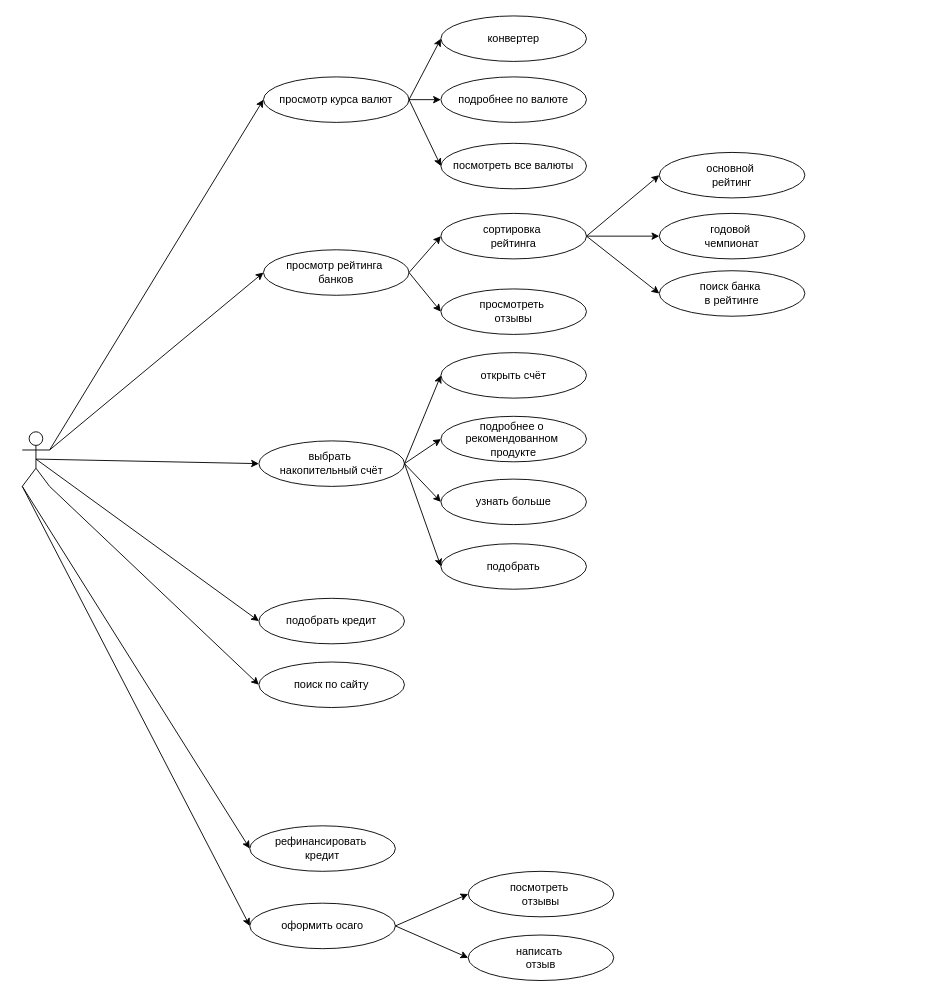
testpassword/Software-testing keeps this draw.io diagram as lab3-28.03.21/docs/usecases.dio. Above is the earlier version. Source tidied: cells renumbered, new cells numbered last; positions are measured from the earlier drawing's top-left corner, leaving out a move shared by most shapes. Both pictures are drawn from the tidied source at 91%, with x=0, y=0 at pixel (22, 15).
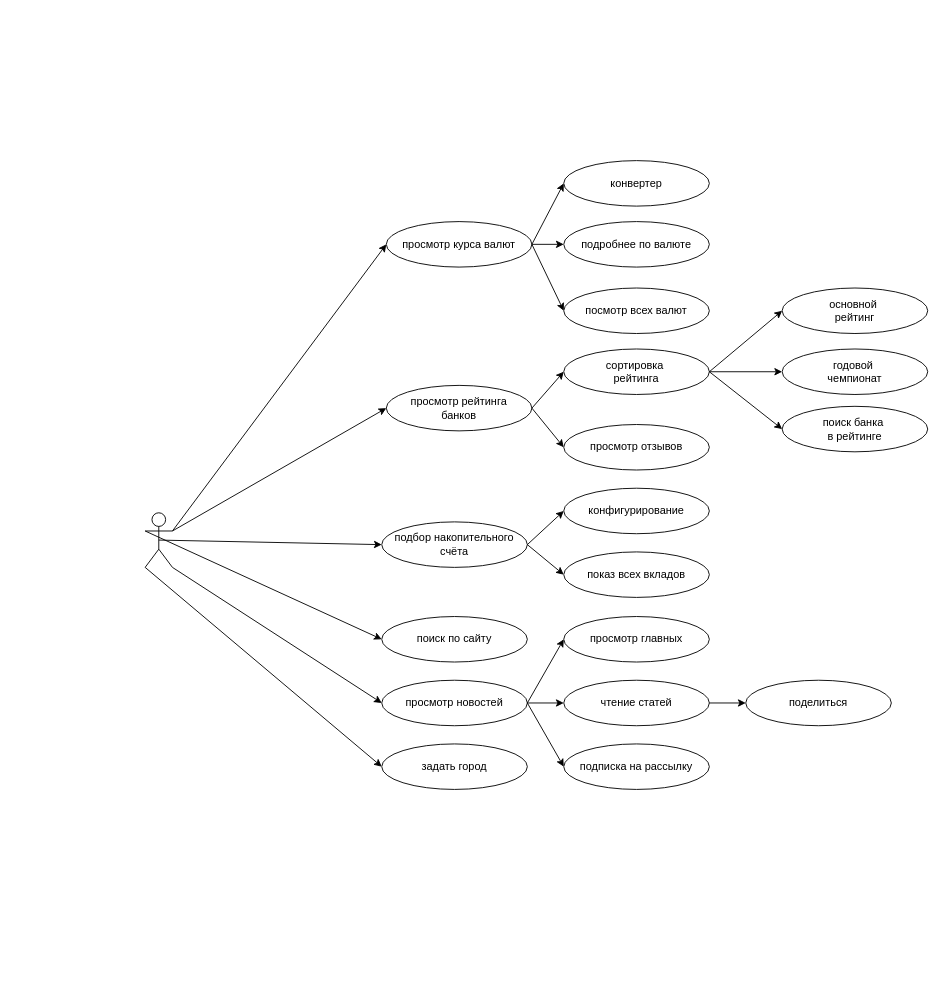
After the change.

Change to the diagram source:
```diff
@@
-    <mxCell id="2" value="подобрать кредит" style="ellipse;whiteSpace=wrap;html=1;" parent="1" vertex="1">
-      <mxGeometry x="260" y="640" width="160" height="50" as="geometry" />
-    </mxCell>
-    <mxCell id="3" value="рефинансировать&amp;nbsp;&lt;br&gt;кредит" style="ellipse;whiteSpace=wrap;html=1;" parent="1" vertex="1">
-      <mxGeometry x="250" y="890" width="160" height="50" as="geometry" />
+    <mxCell id="3" value="просмотр новостей" style="ellipse;whiteSpace=wrap;html=1;" parent="1" vertex="1">
+      <mxGeometry x="395" y="730" width="160" height="50" as="geometry" />
     </mxCell>
-    <mxCell id="4" value="оформить осаго" style="ellipse;whiteSpace=wrap;html=1;" parent="1" vertex="1">
-      <mxGeometry x="250" y="975" width="160" height="50" as="geometry" />
-    </mxCell>
-    <mxCell id="5" value="написать&amp;nbsp;&lt;br&gt;отзыв" style="ellipse;whiteSpace=wrap;html=1;" parent="1" vertex="1">
-      <mxGeometry x="490" y="1010" width="160" height="50" as="geometry" />
-    </mxCell>
-    <mxCell id="6" value="посмотреть&amp;nbsp;&lt;br&gt;отзывы" style="ellipse;whiteSpace=wrap;html=1;" parent="1" vertex="1">
-      <mxGeometry x="490" y="940" width="160" height="50" as="geometry" />
-    </mxCell>
-    <mxCell id="7" value="просмотр&amp;nbsp;рейтинга&amp;nbsp;&lt;br&gt;банков" style="ellipse;whiteSpace=wrap;html=1;" parent="1" vertex="1">
-      <mxGeometry x="265" y="257" width="160" height="50" as="geometry" />
+    <mxCell id="7" value="просмотр рейтинга &lt;br&gt;банков" style="ellipse;whiteSpace=wrap;html=1;" parent="1" vertex="1">
+      <mxGeometry x="400" y="406" width="160" height="50" as="geometry" />
     </mxCell>
-    <mxCell id="8" value="просмотреть&amp;nbsp;&lt;br&gt;отзывы" style="ellipse;whiteSpace=wrap;html=1;" parent="1" vertex="1">
-      <mxGeometry x="460" y="300" width="160" height="50" as="geometry" />
+    <mxCell id="8" value="просмотр&amp;nbsp;отзывов" style="ellipse;whiteSpace=wrap;html=1;" parent="1" vertex="1">
+      <mxGeometry x="595" y="449" width="160" height="50" as="geometry" />
     </mxCell>
     <mxCell id="9" value="сортировка&amp;nbsp;&lt;br&gt;рейтинга" style="ellipse;whiteSpace=wrap;html=1;" parent="1" vertex="1">
-      <mxGeometry x="460" y="217" width="160" height="50" as="geometry" />
+      <mxGeometry x="595" y="366" width="160" height="50" as="geometry" />
     </mxCell>
-    <mxCell id="10" value="выбрать&amp;nbsp;&lt;br&gt;накопительный счёт" style="ellipse;whiteSpace=wrap;html=1;" parent="1" vertex="1">
-      <mxGeometry x="260" y="467" width="160" height="50" as="geometry" />
+    <mxCell id="10" value="подбор накопительного счёта" style="ellipse;whiteSpace=wrap;html=1;" parent="1" vertex="1">
+      <mxGeometry x="395" y="556" width="160" height="50" as="geometry" />
     </mxCell>
-    <mxCell id="11" value="открыть счёт" style="ellipse;whiteSpace=wrap;html=1;" parent="1" vertex="1">
-      <mxGeometry x="460" y="370" width="160" height="50" as="geometry" />
+    <mxCell id="11" value="конфигурирование" style="ellipse;whiteSpace=wrap;html=1;" parent="1" vertex="1">
+      <mxGeometry x="595" y="519" width="160" height="50" as="geometry" />
     </mxCell>
-    <mxCell id="12" value="подробнее о&amp;nbsp;&lt;br&gt;рекомендованном&amp;nbsp;&lt;br&gt;продукте" style="ellipse;whiteSpace=wrap;html=1;" parent="1" vertex="1">
-      <mxGeometry x="460" y="440" width="160" height="50" as="geometry" />
+    <mxCell id="12" value="показ всех вкладов" style="ellipse;whiteSpace=wrap;html=1;" parent="1" vertex="1">
+      <mxGeometry x="595" y="589" width="160" height="50" as="geometry" />
     </mxCell>
-    <mxCell id="13" value="узнать больше" style="ellipse;whiteSpace=wrap;html=1;" parent="1" vertex="1">
-      <mxGeometry x="460" y="509" width="160" height="50" as="geometry" />
-    </mxCell>
@@
-    <mxCell id="18" style="endArrow=classic;html=1;entryX=0;entryY=0.5;entryDx=0;entryDy=0;exitX=1;exitY=0.5;exitDx=0;exitDy=0;" parent="1" edge="1" source="10" target="13">
-      <mxGeometry relative="1" as="geometry" />
-    </mxCell>
-    <mxCell id="19" style="endArrow=classic;html=1;entryX=0;entryY=0.5;entryDx=0;entryDy=0;exitX=1;exitY=0.5;exitDx=0;exitDy=0;" parent="1" edge="1" source="4" target="6">
-      <mxGeometry relative="1" as="geometry" />
-    </mxCell>
-    <mxCell id="20" style="endArrow=classic;html=1;entryX=0;entryY=0.5;entryDx=0;entryDy=0;exitX=1;exitY=0.5;exitDx=0;exitDy=0;" parent="1" edge="1" source="4" target="5">
-      <mxGeometry relative="1" as="geometry" />
-    </mxCell>
     <mxCell id="21" value="просмотр курса валют" style="ellipse;whiteSpace=wrap;html=1;" parent="1" vertex="1">
-      <mxGeometry x="265" y="67" width="160" height="50" as="geometry" />
+      <mxGeometry x="400" y="226" width="160" height="50" as="geometry" />
     </mxCell>
     <mxCell id="22" value="подробнее по валюте" style="ellipse;whiteSpace=wrap;html=1;" parent="1" vertex="1">
-      <mxGeometry x="460" y="67" width="160" height="50" as="geometry" />
+      <mxGeometry x="595" y="226" width="160" height="50" as="geometry" />
     </mxCell>
     <mxCell id="23" value="конвертер" style="ellipse;whiteSpace=wrap;html=1;" parent="1" vertex="1">
-      <mxGeometry x="460" width="160" height="50" as="geometry" />
+      <mxGeometry x="595" y="159" width="160" height="50" as="geometry" />
     </mxCell>
@@
     <mxCell id="26" style="shape=umlActor;verticalLabelPosition=bottom;verticalAlign=top;html=1;outlineConnect=0;" parent="1" vertex="1">
-      <mxGeometry y="457" width="30" height="60" as="geometry" />
+      <mxGeometry x="135" y="546" width="30" height="60" as="geometry" />
     </mxCell>
@@
-    <mxCell id="30" style="endArrow=classic;html=1;entryX=0;entryY=0.5;entryDx=0;entryDy=0;exitX=0.5;exitY=0.5;exitDx=0;exitDy=0;exitPerimeter=0;" parent="1" edge="1" source="26" target="2">
-      <mxGeometry relative="1" as="geometry" />
-    </mxCell>
-    <mxCell id="31" style="endArrow=classic;html=1;entryX=0;entryY=0.5;entryDx=0;entryDy=0;exitX=0;exitY=1;exitDx=0;exitDy=0;exitPerimeter=0;" parent="1" edge="1" source="26" target="3">
+    <mxCell id="31" style="endArrow=classic;html=1;entryX=0;entryY=0.5;entryDx=0;entryDy=0;exitX=1;exitY=1;exitDx=0;exitDy=0;exitPerimeter=0;" parent="1" edge="1" source="26" target="3">
       <mxGeometry relative="1" as="geometry" />
     </mxCell>
-    <mxCell id="32" style="endArrow=classic;html=1;entryX=0;entryY=0.5;entryDx=0;entryDy=0;exitX=0;exitY=1;exitDx=0;exitDy=0;exitPerimeter=0;" parent="1" edge="1" source="26" target="4">
-      <mxGeometry relative="1" as="geometry" />
-    </mxCell>
-    <mxCell id="33" value="посмотреть все валюты" style="ellipse;whiteSpace=wrap;html=1;" parent="1" vertex="1">
-      <mxGeometry x="460" y="140" width="160" height="50" as="geometry" />
+    <mxCell id="33" value="посмотр всех валют" style="ellipse;whiteSpace=wrap;html=1;" parent="1" vertex="1">
+      <mxGeometry x="595" y="299" width="160" height="50" as="geometry" />
     </mxCell>
@@
     <mxCell id="35" value="основной&amp;nbsp;&lt;br&gt;рейтинг" style="ellipse;whiteSpace=wrap;html=1;" parent="1" vertex="1">
-      <mxGeometry x="700" y="150" width="160" height="50" as="geometry" />
+      <mxGeometry x="835" y="299" width="160" height="50" as="geometry" />
     </mxCell>
     <mxCell id="36" value="годовой&amp;nbsp;&lt;br&gt;чемпионат" style="ellipse;whiteSpace=wrap;html=1;" parent="1" vertex="1">
-      <mxGeometry x="700" y="217" width="160" height="50" as="geometry" />
+      <mxGeometry x="835" y="366" width="160" height="50" as="geometry" />
     </mxCell>
@@
     <mxCell id="39" value="поиск банка&amp;nbsp;&lt;br&gt;в рейтинге" style="ellipse;whiteSpace=wrap;html=1;" parent="1" vertex="1">
-      <mxGeometry x="700" y="280" width="160" height="50" as="geometry" />
+      <mxGeometry x="835" y="429" width="160" height="50" as="geometry" />
     </mxCell>
@@
     <mxCell id="41" value="поиск по сайту" style="ellipse;whiteSpace=wrap;html=1;" parent="1" vertex="1">
-      <mxGeometry x="260" y="710" width="160" height="50" as="geometry" />
+      <mxGeometry x="395" y="660" width="160" height="50" as="geometry" />
     </mxCell>
-    <mxCell id="42" style="endArrow=classic;html=1;entryX=0;entryY=0.5;entryDx=0;entryDy=0;exitX=1;exitY=1;exitDx=0;exitDy=0;exitPerimeter=0;" parent="1" edge="1" source="26" target="41">
+    <mxCell id="42" style="endArrow=classic;html=1;entryX=0;entryY=0.5;entryDx=0;entryDy=0;exitX=0;exitY=0.3333333333333333;exitDx=0;exitDy=0;exitPerimeter=0;" parent="1" edge="1" source="26" target="41">
       <mxGeometry relative="1" as="geometry" />
     </mxCell>
-    <mxCell id="43" value="подобрать" style="ellipse;whiteSpace=wrap;html=1;" parent="1" vertex="1">
-      <mxGeometry x="460" y="580" width="160" height="50" as="geometry" />
-    </mxCell>
-    <mxCell id="44" style="endArrow=classic;html=1;entryX=0;entryY=0.5;entryDx=0;entryDy=0;exitX=1;exitY=0.5;exitDx=0;exitDy=0;" parent="1" edge="1" source="10" target="43">
-      <mxGeometry relative="1" as="geometry" />
-    </mxCell>
+    <mxCell id="45" value="просмотр главных" style="ellipse;whiteSpace=wrap;html=1;" parent="1" vertex="1">
+      <mxGeometry x="595" y="660" width="160" height="50" as="geometry" />
+    </mxCell>
+    <mxCell id="46" value="чтение статей" style="ellipse;whiteSpace=wrap;html=1;" parent="1" vertex="1">
+      <mxGeometry x="595" y="730" width="160" height="50" as="geometry" />
+    </mxCell>
+    <mxCell id="47" style="endArrow=classic;html=1;entryX=0;entryY=0.5;entryDx=0;entryDy=0;exitX=1;exitY=0.5;exitDx=0;exitDy=0;" parent="1" edge="1" source="3" target="46">
+      <mxGeometry relative="1" as="geometry" />
+    </mxCell>
+    <mxCell id="48" style="endArrow=classic;html=1;entryX=0;entryY=0.5;entryDx=0;entryDy=0;exitX=1;exitY=0.5;exitDx=0;exitDy=0;" parent="1" edge="1" source="3" target="45">
+      <mxGeometry relative="1" as="geometry" />
+    </mxCell>
+    <mxCell id="49" value="поделиться" style="ellipse;whiteSpace=wrap;html=1;" parent="1" vertex="1">
+      <mxGeometry x="795" y="730" width="160" height="50" as="geometry" />
+    </mxCell>
+    <mxCell id="50" style="endArrow=classic;html=1;exitX=1;exitY=0.5;exitDx=0;exitDy=0;entryX=0;entryY=0.5;entryDx=0;entryDy=0;" parent="1" edge="1" source="46" target="49">
+      <mxGeometry relative="1" as="geometry" />
+    </mxCell>
+    <mxCell id="51" value="подписка на рассылку" style="ellipse;whiteSpace=wrap;html=1;" parent="1" vertex="1">
+      <mxGeometry x="595" y="800" width="160" height="50" as="geometry" />
+    </mxCell>
+    <mxCell id="52" style="endArrow=classic;html=1;entryX=0;entryY=0.5;entryDx=0;entryDy=0;exitX=1;exitY=0.5;exitDx=0;exitDy=0;" parent="1" edge="1" source="3" target="51">
+      <mxGeometry relative="1" as="geometry" />
+    </mxCell>
+    <mxCell id="53" value="задать город" style="ellipse;whiteSpace=wrap;html=1;" parent="1" vertex="1">
+      <mxGeometry x="395" y="800" width="160" height="50" as="geometry" />
+    </mxCell>
+    <mxCell id="54" style="endArrow=classic;html=1;entryX=0;entryY=0.5;entryDx=0;entryDy=0;exitX=0;exitY=1;exitDx=0;exitDy=0;exitPerimeter=0;" parent="1" edge="1" source="26" target="53">
+      <mxGeometry relative="1" as="geometry" />
+    </mxCell>
```
